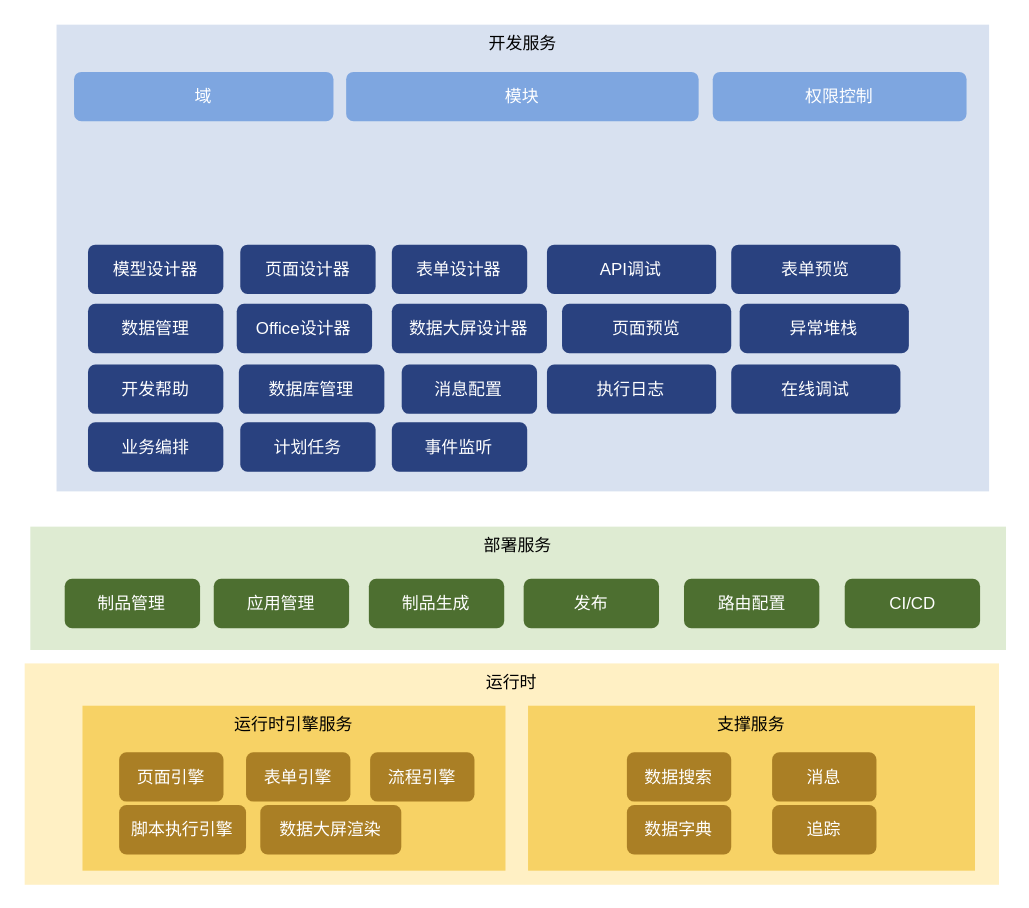
The draw.io diagram page "应用架构" (4 of 6) of 低代码架构.drawio in ProgrammerLZ/drawio, before the edit. Source tidied: cells renumbered, new cells numbered last; positions are measured from the earlier drawing's top-left corner, leaving out a move shared by most shapes. Both pictures are drawn from the tidied source at 141%, with x=0, y=0 at pixel (24, 24).
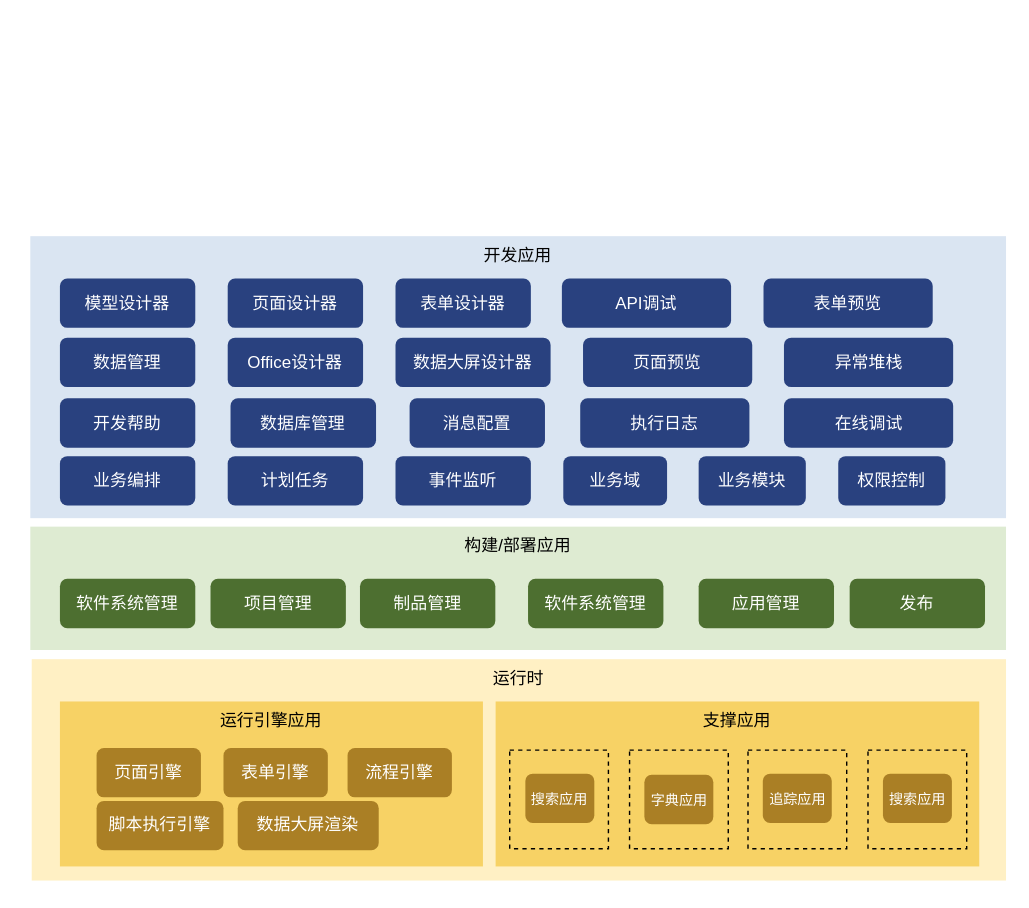
After the change.

Commit message (it also covers changes not shown here):
更新低代码架构.drawio

What changed in the source:
```diff
@@
     <mxCell id="2" value="运行时" style="rounded=0;whiteSpace=wrap;html=1;verticalAlign=top;fillColor=#fff0c4;strokeColor=none;align=center;textShadow=0;dashed=1;strokeWidth=2;imageAspect=1;" parent="1" vertex="1">
-      <mxGeometry y="453" width="691" height="157" as="geometry" />
+      <mxGeometry x="5" y="450" width="691" height="157" as="geometry" />
     </mxCell>
-    <mxCell id="3" value="支撑服务" style="rounded=0;whiteSpace=wrap;html=1;verticalAlign=top;fillColor=#F7D265;strokeColor=none;align=center;textShadow=0;dashed=1;strokeWidth=2;imageAspect=1;" parent="1" vertex="1">
-      <mxGeometry x="357" y="483" width="317" height="117" as="geometry" />
-    </mxCell>
-    <mxCell id="4" value="开发服务" style="rounded=0;whiteSpace=wrap;html=1;verticalAlign=top;fillColor=#9EB4D9;strokeColor=none;align=center;textShadow=0;dashed=1;strokeWidth=2;fontColor=#000000;fillStyle=auto;opacity=40;" parent="1" vertex="1">
-      <mxGeometry x="22.6" width="661.4" height="331" as="geometry" />
-    </mxCell>
+    <mxCell id="43" value="支撑应用" style="rounded=0;whiteSpace=wrap;html=1;verticalAlign=top;fillColor=#F7D265;strokeColor=none;align=center;textShadow=0;dashed=1;strokeWidth=2;imageAspect=1;" parent="1" vertex="1">
+      <mxGeometry x="334" y="480" width="343" height="117" as="geometry" />
+    </mxCell>
+    <mxCell id="44" style="rounded=0;whiteSpace=wrap;html=1;fillColor=none;dashed=1;" parent="1" vertex="1">
+      <mxGeometry x="344" y="514.5" width="70" height="70" as="geometry" />
+    </mxCell>
+    <mxCell id="45" value="开发应用" style="rounded=0;whiteSpace=wrap;html=1;verticalAlign=top;fillColor=#DAE5F2;strokeColor=none;align=center;textShadow=0;dashed=1;strokeWidth=2;fontColor=#000000;fillStyle=auto;" parent="1" vertex="1">
+      <mxGeometry x="4" y="150" width="692" height="200" as="geometry" />
+    </mxCell>
     <mxCell id="5" value="模型设计器" style="rounded=1;whiteSpace=wrap;html=1;verticalAlign=middle;fillColor=#29417F;fontColor=#FFFFFF;strokeColor=none;" parent="1" vertex="1">
-      <mxGeometry x="44.9" y="156" width="96" height="35" as="geometry" />
+      <mxGeometry x="25" y="180" width="96" height="35" as="geometry" />
     </mxCell>
     <mxCell id="6" value="页面设计器" style="rounded=1;whiteSpace=wrap;html=1;verticalAlign=middle;fillColor=#29417F;fontColor=#FFFFFF;strokeColor=none;" parent="1" vertex="1">
-      <mxGeometry x="152.9" y="156" width="96" height="35" as="geometry" />
+      <mxGeometry x="144" y="180" width="96" height="35" as="geometry" />
     </mxCell>
     <mxCell id="7" value="表单设计器" style="rounded=1;whiteSpace=wrap;html=1;verticalAlign=middle;fillColor=#29417F;fontColor=#FFFFFF;strokeColor=none;" parent="1" vertex="1">
-      <mxGeometry x="260.4" y="156" width="96" height="35" as="geometry" />
+      <mxGeometry x="263" y="180" width="96" height="35" as="geometry" />
     </mxCell>
     <mxCell id="8" value="业务编排" style="rounded=1;whiteSpace=wrap;html=1;verticalAlign=middle;fillColor=#29417F;fontColor=#FFFFFF;strokeColor=none;" parent="1" vertex="1">
-      <mxGeometry x="44.9" y="282" width="96" height="35" as="geometry" />
+      <mxGeometry x="25" y="306" width="96" height="35" as="geometry" />
     </mxCell>
     <mxCell id="9" value="计划任务" style="rounded=1;whiteSpace=wrap;html=1;verticalAlign=middle;fillColor=#29417F;fontColor=#FFFFFF;strokeColor=none;" parent="1" vertex="1">
-      <mxGeometry x="152.9" y="282" width="96" height="35" as="geometry" />
+      <mxGeometry x="144" y="306" width="96" height="35" as="geometry" />
     </mxCell>
     <mxCell id="10" value="事件监听" style="rounded=1;whiteSpace=wrap;html=1;verticalAlign=middle;fillColor=#29417F;fontColor=#FFFFFF;strokeColor=none;" parent="1" vertex="1">
-      <mxGeometry x="260.4" y="282" width="96" height="35" as="geometry" />
+      <mxGeometry x="263" y="306" width="96" height="35" as="geometry" />
     </mxCell>
     <mxCell id="11" value="数据库管理" style="rounded=1;whiteSpace=wrap;html=1;verticalAlign=middle;fillColor=#29417F;fontColor=#FFFFFF;strokeColor=none;" parent="1" vertex="1">
-      <mxGeometry x="151.9" y="241" width="103.2" height="35" as="geometry" />
+      <mxGeometry x="146" y="265" width="103.2" height="35" as="geometry" />
     </mxCell>
     <mxCell id="12" value="数据管理" style="rounded=1;whiteSpace=wrap;html=1;verticalAlign=middle;fillColor=#29417F;fontColor=#FFFFFF;strokeColor=none;" parent="1" vertex="1">
-      <mxGeometry x="44.9" y="198" width="96" height="35" as="geometry" />
+      <mxGeometry x="25" y="222" width="96" height="35" as="geometry" />
     </mxCell>
     <mxCell id="13" value="Office设计器" style="rounded=1;whiteSpace=wrap;html=1;verticalAlign=middle;fillColor=#29417F;fontColor=#FFFFFF;strokeColor=none;" parent="1" vertex="1">
-      <mxGeometry x="150.4" y="198" width="96" height="35" as="geometry" />
+      <mxGeometry x="144" y="222" width="96" height="35" as="geometry" />
     </mxCell>
     <mxCell id="14" value="数据大屏设计器" style="rounded=1;whiteSpace=wrap;html=1;verticalAlign=middle;fillColor=#29417F;fontColor=#FFFFFF;strokeColor=none;" parent="1" vertex="1">
-      <mxGeometry x="260.4" y="198" width="110" height="35" as="geometry" />
+      <mxGeometry x="263" y="222" width="110" height="35" as="geometry" />
     </mxCell>
     <mxCell id="15" value="消息配置" style="rounded=1;whiteSpace=wrap;html=1;verticalAlign=middle;fillColor=#29417F;fontColor=#FFFFFF;strokeColor=none;" parent="1" vertex="1">
-      <mxGeometry x="267.4" y="241" width="96" height="35" as="geometry" />
+      <mxGeometry x="273" y="265" width="96" height="35" as="geometry" />
     </mxCell>
     <mxCell id="16" value="开发帮助" style="rounded=1;whiteSpace=wrap;html=1;verticalAlign=middle;fillColor=#29417F;fontColor=#FFFFFF;strokeColor=none;" parent="1" vertex="1">
-      <mxGeometry x="44.9" y="241" width="96" height="35" as="geometry" />
+      <mxGeometry x="25" y="265" width="96" height="35" as="geometry" />
     </mxCell>
-    <mxCell id="17" value="域" style="rounded=1;whiteSpace=wrap;html=1;verticalAlign=middle;fillColor=#7EA6E0;fontColor=#FFFFFF;strokeColor=none;" parent="1" vertex="1">
-      <mxGeometry x="35" y="33.5" width="184" height="35" as="geometry" />
-    </mxCell>
-    <mxCell id="18" value="模块" style="rounded=1;whiteSpace=wrap;html=1;verticalAlign=middle;fillColor=#7EA6E0;fontColor=#FFFFFF;strokeColor=none;" parent="1" vertex="1">
-      <mxGeometry x="228" y="33.5" width="250" height="35" as="geometry" />
-    </mxCell>
+    <mxCell id="46" value="业务域" style="rounded=1;whiteSpace=wrap;html=1;verticalAlign=middle;fillColor=#29417F;fontColor=#FFFFFF;strokeColor=none;" parent="1" vertex="1">
+      <mxGeometry x="382" y="306" width="73.6" height="35" as="geometry" />
+    </mxCell>
+    <mxCell id="47" value="业务模块" style="rounded=1;whiteSpace=wrap;html=1;verticalAlign=middle;fillColor=#29417F;fontColor=#FFFFFF;strokeColor=none;" parent="1" vertex="1">
+      <mxGeometry x="478" y="306" width="76" height="35" as="geometry" />
+    </mxCell>
-    <mxCell id="19" value="权限控制" style="rounded=1;whiteSpace=wrap;html=1;verticalAlign=middle;fillColor=#7EA6E0;fontColor=#FFFFFF;strokeColor=none;" parent="1" vertex="1">
-      <mxGeometry x="488" y="33.5" width="180" height="35" as="geometry" />
+    <mxCell id="19" value="权限控制" style="rounded=1;whiteSpace=wrap;html=1;verticalAlign=middle;fillColor=#29417F;fontColor=#FFFFFF;strokeColor=none;" parent="1" vertex="1">
+      <mxGeometry x="577" y="306" width="76" height="35" as="geometry" />
     </mxCell>
     <mxCell id="20" value="API调试" style="rounded=1;whiteSpace=wrap;html=1;verticalAlign=middle;fillColor=#29417F;fontColor=#FFFFFF;strokeColor=none;" parent="1" vertex="1">
-      <mxGeometry x="370.4" y="156" width="120" height="35" as="geometry" />
+      <mxGeometry x="381" y="180" width="120" height="35" as="geometry" />
     </mxCell>
     <mxCell id="21" value="表单预览" style="rounded=1;whiteSpace=wrap;html=1;verticalAlign=middle;fillColor=#29417F;fontColor=#FFFFFF;strokeColor=none;" parent="1" vertex="1">
-      <mxGeometry x="501.1" y="156" width="120" height="35" as="geometry" />
+      <mxGeometry x="524" y="180" width="120" height="35" as="geometry" />
     </mxCell>
     <mxCell id="22" value="页面预览" style="rounded=1;whiteSpace=wrap;html=1;verticalAlign=middle;fillColor=#29417F;fontColor=#FFFFFF;strokeColor=none;" parent="1" vertex="1">
-      <mxGeometry x="381.1" y="198" width="120" height="35" as="geometry" />
+      <mxGeometry x="396" y="222" width="120" height="35" as="geometry" />
     </mxCell>
     <mxCell id="23" value="异常堆栈" style="rounded=1;whiteSpace=wrap;html=1;verticalAlign=middle;fillColor=#29417F;fontColor=#FFFFFF;strokeColor=none;" parent="1" vertex="1">
-      <mxGeometry x="507.1" y="198" width="120" height="35" as="geometry" />
+      <mxGeometry x="538.5" y="222" width="120" height="35" as="geometry" />
     </mxCell>
     <mxCell id="24" value="执行日志" style="rounded=1;whiteSpace=wrap;html=1;verticalAlign=middle;fillColor=#29417F;fontColor=#FFFFFF;strokeColor=none;" parent="1" vertex="1">
-      <mxGeometry x="370.4" y="241" width="120" height="35" as="geometry" />
+      <mxGeometry x="394" y="265" width="120" height="35" as="geometry" />
     </mxCell>
     <mxCell id="25" value="在线调试" style="rounded=1;whiteSpace=wrap;html=1;verticalAlign=middle;fillColor=#29417F;fontColor=#FFFFFF;strokeColor=none;" parent="1" vertex="1">
-      <mxGeometry x="501.1" y="241" width="120" height="35" as="geometry" />
+      <mxGeometry x="538.5" y="265" width="120" height="35" as="geometry" />
     </mxCell>
-    <mxCell id="26" value="部署服务" style="rounded=0;whiteSpace=wrap;html=1;verticalAlign=top;fillColor=#DEEBD2;strokeColor=none;align=center;textShadow=0;dashed=1;strokeWidth=2;fontColor=#000000;" parent="1" vertex="1">
-      <mxGeometry x="4" y="356" width="692" height="87.5" as="geometry" />
-    </mxCell>
-    <mxCell id="27" value="运行时引擎服务" style="rounded=0;whiteSpace=wrap;html=1;verticalAlign=top;fillColor=#F7D265;strokeColor=none;align=center;textShadow=0;dashed=1;strokeWidth=2;imageAspect=1;" parent="1" vertex="1">
-      <mxGeometry x="41" y="483" width="300" height="117" as="geometry" />
-    </mxCell>
+    <mxCell id="48" value="构建/部署应用" style="rounded=0;whiteSpace=wrap;html=1;verticalAlign=top;fillColor=#DEEBD2;strokeColor=none;align=center;textShadow=0;dashed=1;strokeWidth=2;fontColor=#000000;" parent="1" vertex="1">
+      <mxGeometry x="4" y="356" width="692" height="87.5" as="geometry" />
+    </mxCell>
+    <mxCell id="49" value="运行引擎应用" style="rounded=0;whiteSpace=wrap;html=1;verticalAlign=top;fillColor=#F7D265;strokeColor=none;align=center;textShadow=0;dashed=1;strokeWidth=2;imageAspect=1;" parent="1" vertex="1">
+      <mxGeometry x="25" y="480" width="300" height="117" as="geometry" />
+    </mxCell>
     <mxCell id="28" value="制品管理" style="rounded=1;whiteSpace=wrap;html=1;verticalAlign=middle;fillColor=#4D6F30;fontColor=#FFFFFF;strokeColor=none;" parent="1" vertex="1">
-      <mxGeometry x="28.4" y="393" width="96" height="35" as="geometry" />
+      <mxGeometry x="237.8" y="393" width="96" height="35" as="geometry" />
     </mxCell>
     <mxCell id="29" value="应用管理" style="rounded=1;whiteSpace=wrap;html=1;verticalAlign=middle;fillColor=#4D6F30;fontColor=#FFFFFF;strokeColor=none;" parent="1" vertex="1">
-      <mxGeometry x="134.1" y="393" width="96" height="35" as="geometry" />
+      <mxGeometry x="478" y="393" width="96" height="35" as="geometry" />
     </mxCell>
-    <mxCell id="30" value="制品生成" style="rounded=1;whiteSpace=wrap;html=1;verticalAlign=middle;fillColor=#4D6F30;fontColor=#FFFFFF;strokeColor=none;" parent="1" vertex="1">
-      <mxGeometry x="244.1" y="393" width="96" height="35" as="geometry" />
-    </mxCell>
     <mxCell id="31" value="发布" style="rounded=1;whiteSpace=wrap;html=1;verticalAlign=middle;fillColor=#4D6F30;fontColor=#FFFFFF;strokeColor=none;" parent="1" vertex="1">
-      <mxGeometry x="353.9" y="393" width="96" height="35" as="geometry" />
+      <mxGeometry x="585.1" y="393" width="96" height="35" as="geometry" />
     </mxCell>
-    <mxCell id="32" value="路由配置" style="rounded=1;whiteSpace=wrap;html=1;verticalAlign=middle;fillColor=#4D6F30;fontColor=#FFFFFF;strokeColor=none;" parent="1" vertex="1">
-      <mxGeometry x="467.6" y="393" width="96" height="35" as="geometry" />
-    </mxCell>
-    <mxCell id="33" value="CI/CD" style="rounded=1;whiteSpace=wrap;html=1;verticalAlign=middle;fillColor=#4D6F30;fontColor=#FFFFFF;strokeColor=none;" parent="1" vertex="1">
-      <mxGeometry x="581.6" y="393" width="96" height="35" as="geometry" />
-    </mxCell>
     <mxCell id="34" value="页面引擎" style="rounded=1;whiteSpace=wrap;html=1;verticalAlign=middle;fillColor=#aa7f25;fontColor=#FFFFFF;strokeColor=none;" parent="1" vertex="1">
-      <mxGeometry x="67" y="516" width="74" height="35" as="geometry" />
+      <mxGeometry x="51" y="513" width="74" height="35" as="geometry" />
     </mxCell>
     <mxCell id="35" value="表单引擎" style="rounded=1;whiteSpace=wrap;html=1;verticalAlign=middle;fillColor=#AA7F25;fontColor=#FFFFFF;strokeColor=none;" parent="1" vertex="1">
-      <mxGeometry x="157" y="516" width="74" height="35" as="geometry" />
+      <mxGeometry x="141" y="513" width="74" height="35" as="geometry" />
     </mxCell>
     <mxCell id="36" value="流程引擎" style="rounded=1;whiteSpace=wrap;html=1;verticalAlign=middle;fillColor=#AA7F25;fontColor=#FFFFFF;strokeColor=none;" parent="1" vertex="1">
-      <mxGeometry x="245" y="516" width="74" height="35" as="geometry" />
+      <mxGeometry x="229" y="513" width="74" height="35" as="geometry" />
     </mxCell>
-    <mxCell id="37" value="消息" style="rounded=1;whiteSpace=wrap;html=1;verticalAlign=middle;fillColor=#AA7F25;fontColor=#FFFFFF;strokeColor=none;" parent="1" vertex="1">
-      <mxGeometry x="530.1" y="516" width="74" height="35" as="geometry" />
-    </mxCell>
-    <mxCell id="38" value="数据搜索" style="rounded=1;whiteSpace=wrap;html=1;verticalAlign=middle;fillColor=#AA7F25;fontColor=#FFFFFF;strokeColor=none;" parent="1" vertex="1">
-      <mxGeometry x="427.1" y="516" width="74" height="35" as="geometry" />
-    </mxCell>
+    <mxCell id="50" value="搜索应用" style="rounded=1;whiteSpace=wrap;html=1;verticalAlign=middle;fillColor=#AA7F25;fontColor=#FFFFFF;strokeColor=none;fontSize=10;" parent="1" vertex="1">
+      <mxGeometry x="355.1" y="531.2" width="48.9" height="35" as="geometry" />
+    </mxCell>
     <mxCell id="39" value="脚本执行引擎" style="rounded=1;whiteSpace=wrap;html=1;verticalAlign=middle;fillColor=#AA7F25;fontColor=#FFFFFF;strokeColor=none;" parent="1" vertex="1">
-      <mxGeometry x="67" y="553.5" width="90" height="35" as="geometry" />
+      <mxGeometry x="51" y="550.5" width="90" height="35" as="geometry" />
     </mxCell>
     <mxCell id="40" value="数据大屏渲染" style="rounded=1;whiteSpace=wrap;html=1;verticalAlign=middle;fillColor=#AA7F25;fontColor=#FFFFFF;strokeColor=none;" parent="1" vertex="1">
-      <mxGeometry x="167.1" y="553.5" width="100" height="35" as="geometry" />
+      <mxGeometry x="151.1" y="550.5" width="100" height="35" as="geometry" />
     </mxCell>
-    <mxCell id="41" value="数据字典" style="rounded=1;whiteSpace=wrap;html=1;verticalAlign=middle;fillColor=#AA7F25;fontColor=#FFFFFF;strokeColor=none;" parent="1" vertex="1">
-      <mxGeometry x="427.1" y="553.5" width="74" height="35" as="geometry" />
-    </mxCell>
-    <mxCell id="42" value="追踪" style="rounded=1;whiteSpace=wrap;html=1;verticalAlign=middle;fillColor=#AA7F25;fontColor=#FFFFFF;strokeColor=none;" parent="1" vertex="1">
-      <mxGeometry x="530.1" y="553.5" width="74" height="35" as="geometry" />
-    </mxCell>
+    <mxCell id="51" value="项目管理" style="rounded=1;whiteSpace=wrap;html=1;verticalAlign=middle;fillColor=#4D6F30;fontColor=#FFFFFF;strokeColor=none;" parent="1" vertex="1">
+      <mxGeometry x="131.8" y="393" width="96" height="35" as="geometry" />
+    </mxCell>
+    <mxCell id="52" value="软件系统管理" style="rounded=1;whiteSpace=wrap;html=1;verticalAlign=middle;fillColor=#4D6F30;fontColor=#FFFFFF;strokeColor=none;" parent="1" vertex="1">
+      <mxGeometry x="25" y="393" width="96" height="35" as="geometry" />
+    </mxCell>
+    <mxCell id="53" value="软件系统管理" style="rounded=1;whiteSpace=wrap;html=1;verticalAlign=middle;fillColor=#4D6F30;fontColor=#FFFFFF;strokeColor=none;" parent="1" vertex="1">
+      <mxGeometry x="357" y="393" width="96" height="35" as="geometry" />
+    </mxCell>
+    <mxCell id="54" style="rounded=0;whiteSpace=wrap;html=1;fillColor=none;dashed=1;" parent="1" vertex="1">
+      <mxGeometry x="429" y="514.5" width="70" height="70" as="geometry" />
+    </mxCell>
+    <mxCell id="55" value="字典应用" style="rounded=1;whiteSpace=wrap;html=1;verticalAlign=middle;fillColor=#AA7F25;fontColor=#FFFFFF;strokeColor=none;fontSize=10;" parent="1" vertex="1">
+      <mxGeometry x="439.5" y="532" width="48.9" height="35" as="geometry" />
+    </mxCell>
+    <mxCell id="56" style="rounded=0;whiteSpace=wrap;html=1;fillColor=none;dashed=1;" parent="1" vertex="1">
+      <mxGeometry x="513" y="514.5" width="70" height="70" as="geometry" />
+    </mxCell>
+    <mxCell id="57" value="追踪应用" style="rounded=1;whiteSpace=wrap;html=1;verticalAlign=middle;fillColor=#AA7F25;fontColor=#FFFFFF;strokeColor=none;fontSize=10;" parent="1" vertex="1">
+      <mxGeometry x="523.5" y="531.2" width="48.9" height="35" as="geometry" />
+    </mxCell>
+    <mxCell id="58" style="rounded=0;whiteSpace=wrap;html=1;fillColor=none;dashed=1;" parent="1" vertex="1">
+      <mxGeometry x="598.1" y="514.5" width="70" height="70" as="geometry" />
+    </mxCell>
+    <mxCell id="59" value="搜索应用" style="rounded=1;whiteSpace=wrap;html=1;verticalAlign=middle;fillColor=#AA7F25;fontColor=#FFFFFF;strokeColor=none;fontSize=10;" parent="1" vertex="1">
+      <mxGeometry x="608.7" y="531.2" width="48.9" height="35" as="geometry" />
+    </mxCell>
```
